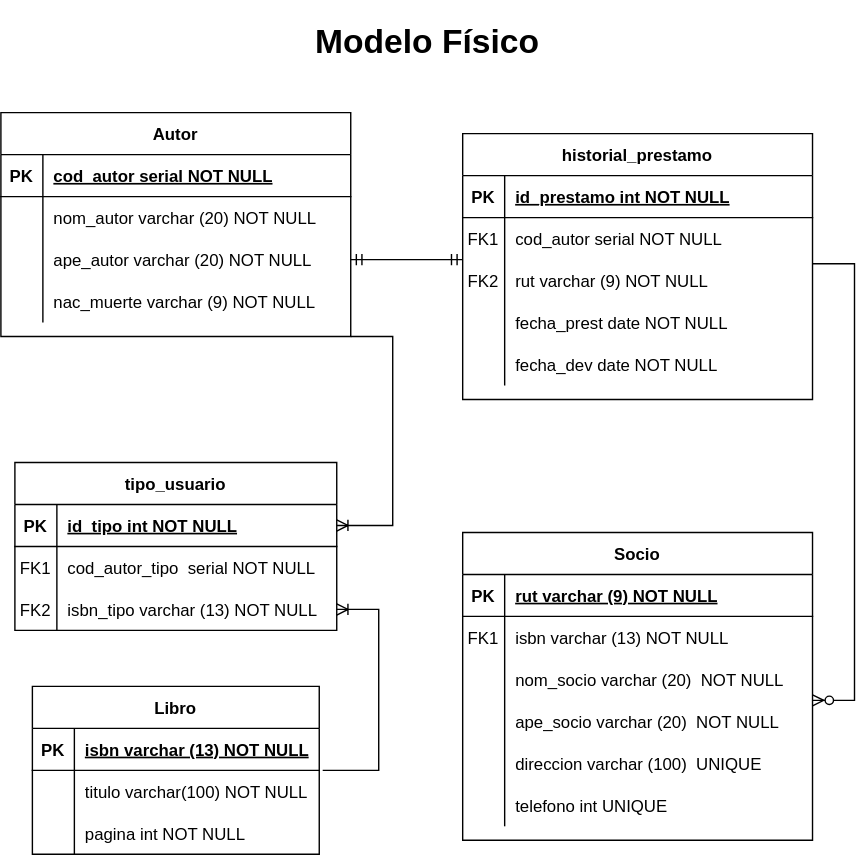
FranSantander/-Biblioteca keeps this draw.io diagram as Modelo fisico.drawio.svg. Above is the earlier version. Source tidied: cells renumbered, new cells last; positions are measured from the earlier drawing's top-left corner, leaving out a move shared by most shapes.
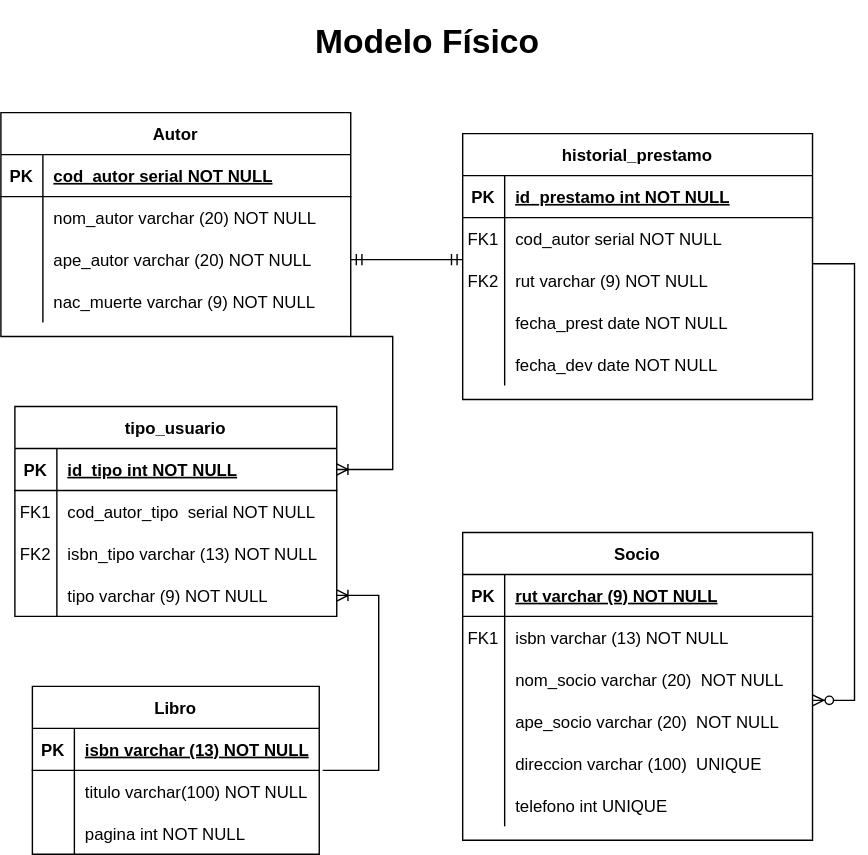
After the change.

Diff of the diagram source:
```diff
@@ -189,7 +189,7 @@
       <mxGeometry x="30" width="175" height="30" as="geometry" />
     </mxCell>
     <mxCell id="63" value="tipo_usuario" style="shape=table;startSize=30;rowLines=0;fontStyle=1;align=center;" parent="1" vertex="1">
-      <mxGeometry x="10" y="320" width="230" height="120" as="geometry" />
+      <mxGeometry x="10" y="280" width="230" height="150" as="geometry" />
     </mxCell>
     <mxCell id="64" style="shape=tableRow;horizontal=0;startSize=0;swimlaneHead=0;swimlaneBody=0;fillColor=none;points=[[0,0.5],[1,0.5]];portConstraint=eastwest;top=0;left=0;right=0;bottom=1;" parent="63" vertex="1">
       <mxGeometry y="30" width="230" height="30" as="geometry" />
@@ -209,13 +209,22 @@
     <mxCell id="69" value="cod_autor_tipo  serial NOT NULL" style="shape=partialRectangle;fillColor=none;top=0;left=0;bottom=0;right=0;align=left;spacingLeft=6;overflow=hidden;" parent="67" vertex="1">
       <mxGeometry x="30" width="200" height="30" as="geometry" />
     </mxCell>
+    <mxCell id="75" style="shape=tableRow;horizontal=0;startSize=0;swimlaneHead=0;swimlaneBody=0;fillColor=none;top=0;left=0;right=0;bottom=0;" parent="63" vertex="1">
+      <mxGeometry y="90" width="230" height="30" as="geometry" />
+    </mxCell>
+    <mxCell id="76" value="FK2" style="shape=partialRectangle;fillColor=none;top=0;left=0;bottom=0;right=0;overflow=hidden;" parent="75" vertex="1">
+      <mxGeometry width="30" height="30" as="geometry" />
+    </mxCell>
+    <mxCell id="77" value="isbn_tipo varchar (13) NOT NULL" style="shape=partialRectangle;fillColor=none;top=0;left=0;bottom=0;right=0;align=left;spacingLeft=6;overflow=hidden;" parent="75" vertex="1">
+      <mxGeometry x="30" width="200" height="30" as="geometry" />
+    </mxCell>
     <mxCell id="70" style="shape=tableRow;horizontal=0;startSize=0;swimlaneHead=0;swimlaneBody=0;fillColor=none;points=[[0,0.5],[1,0.5]];portConstraint=eastwest;top=0;left=0;right=0;bottom=0;" parent="63" vertex="1">
-      <mxGeometry y="90" width="230" height="30" as="geometry" />
+      <mxGeometry y="120" width="230" height="30" as="geometry" />
     </mxCell>
-    <mxCell id="71" value="FK2" style="shape=partialRectangle;fillColor=none;top=0;left=0;bottom=0;right=0;overflow=hidden;" parent="70" vertex="1">
+    <mxCell id="71" style="shape=partialRectangle;fillColor=none;top=0;left=0;bottom=0;right=0;overflow=hidden;" parent="70" vertex="1">
       <mxGeometry width="30" height="30" as="geometry" />
     </mxCell>
-    <mxCell id="72" value="isbn_tipo varchar (13) NOT NULL" style="shape=partialRectangle;fillColor=none;top=0;left=0;bottom=0;right=0;align=left;spacingLeft=6;overflow=hidden;" parent="70" vertex="1">
+    <mxCell id="72" value="tipo varchar (9) NOT NULL" style="shape=partialRectangle;fillColor=none;top=0;left=0;bottom=0;right=0;align=left;spacingLeft=6;overflow=hidden;" parent="70" vertex="1">
       <mxGeometry x="30" width="200" height="30" as="geometry" />
     </mxCell>
     <mxCell id="73" style="edgeStyle=entityRelationEdgeStyle;fontSize=12;html=1;endArrow=ERoneToMany;rounded=0;jumpStyle=none;exitX=1.012;exitY=1;exitDx=0;exitDy=0;exitPerimeter=0;" parent="1" edge="1" source="54" target="70">
```
